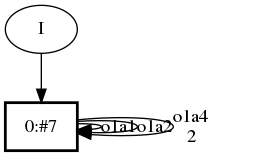
Before: nonmarkov-envs/nonmarkov_envs/Source.gv.png, a diagram exported from Graphviz (pepes97/Regular-Decision-Processes). Its source is kept beside it as nonmarkov-envs/nonmarkov_envs/Source.gv. Source of this version:
```dot
digraph DFA {
	0 [label="root" shape=box];
		I -> 0;
	0 [ label="0:#7
" , penwidth=2.07944];
		0 -> 0 [label="o1a1
"  ];
		0 -> 0 [label="o1a2
"  ];
		0 -> 0 [label="o1a4
2"  ];
}
```
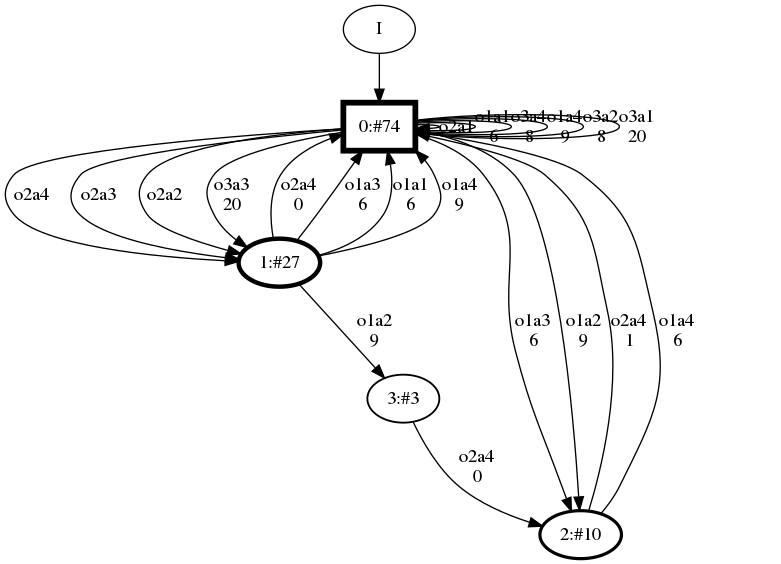
The same file after the commit.

The edit, as a diff of the source:
```diff
@@ -1,12 +1,52 @@
 digraph DFA {
 	0 [label="root" shape=box];
 		I -> 0;
-	0 [ label="0:#7
-" , penwidth=2.07944];
+	0 [ label="0:#74
+" , penwidth=4.31749];
+		0 -> 1 [label="o2a4
+"  ];
+		0 -> 1 [label="o2a3
+"  ];
+		0 -> 1 [label="o2a2
+"  ];
+		0 -> 0 [label="o2a1
+"  ];
+		0 -> 2 [label="o1a3
+6"  ];
 		0 -> 0 [label="o1a1
-"  ];
-		0 -> 0 [label="o1a2
-"  ];
+6"  ];
+		0 -> 0 [label="o3a4
+8"  ];
+		0 -> 2 [label="o1a2
+9"  ];
 		0 -> 0 [label="o1a4
-2"  ];
+9"  ];
+		0 -> 0 [label="o3a2
+8"  ];
+		0 -> 1 [label="o3a3
+20"  ];
+		0 -> 0 [label="o3a1
+20"  ];
+	1 [ label="1:#27
+" , penwidth=3.3322];
+		1 -> 0 [label="o2a4
+0"  ];
+		1 -> 0 [label="o1a3
+6"  ];
+		1 -> 0 [label="o1a1
+6"  ];
+		1 -> 3 [label="o1a2
+9"  ];
+		1 -> 0 [label="o1a4
+9"  ];
+	2 [ label="2:#10
+" , penwidth=2.3979];
+		2 -> 0 [label="o2a4
+1"  ];
+		2 -> 0 [label="o1a4
+6"  ];
+	3 [ label="3:#3
+" , penwidth=1.38629];
+		3 -> 2 [label="o2a4
+0"  ];
 }
```
